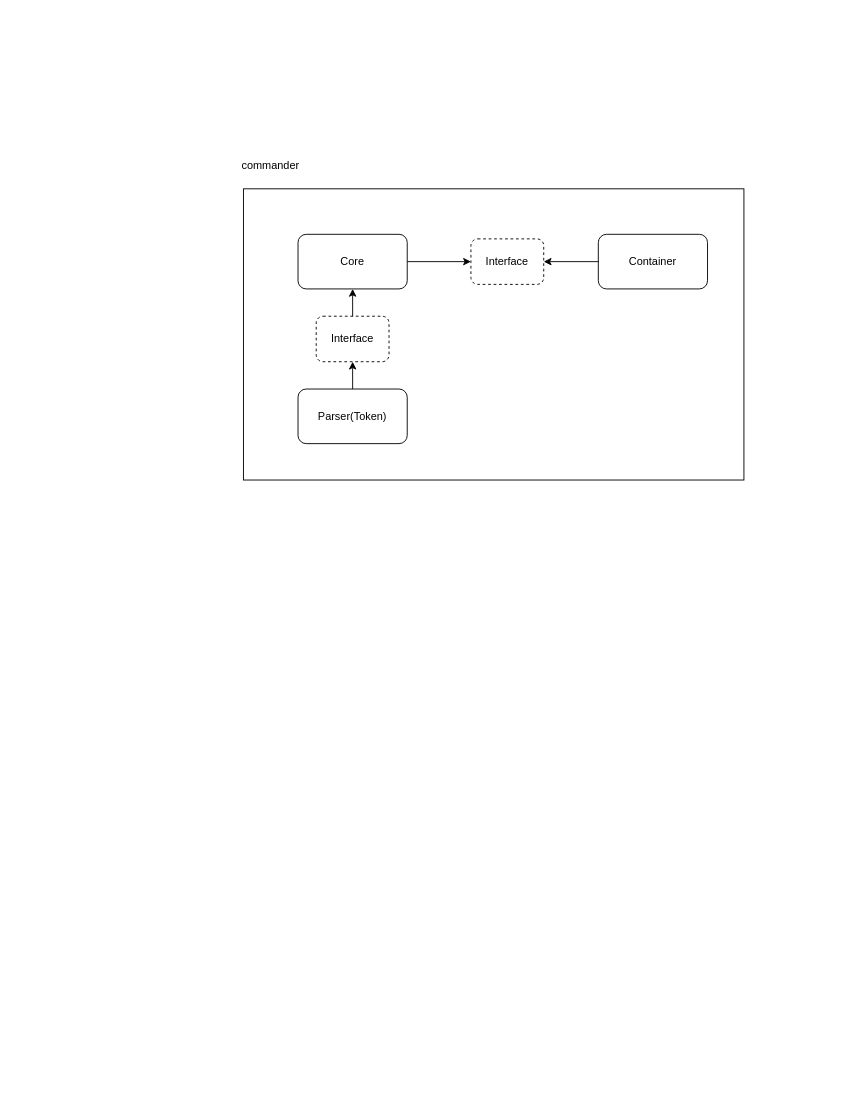
This is doc/overview.drawio from wzwg/mcli, a draw.io file, before an edit. Source tidied: cells renumbered, new cells numbered last; positions are measured from the earlier drawing's top-left corner, leaving out a move shared by most shapes. Both pictures are drawn from the tidied source at 91%, with x=0, y=0 at pixel (243, 152).
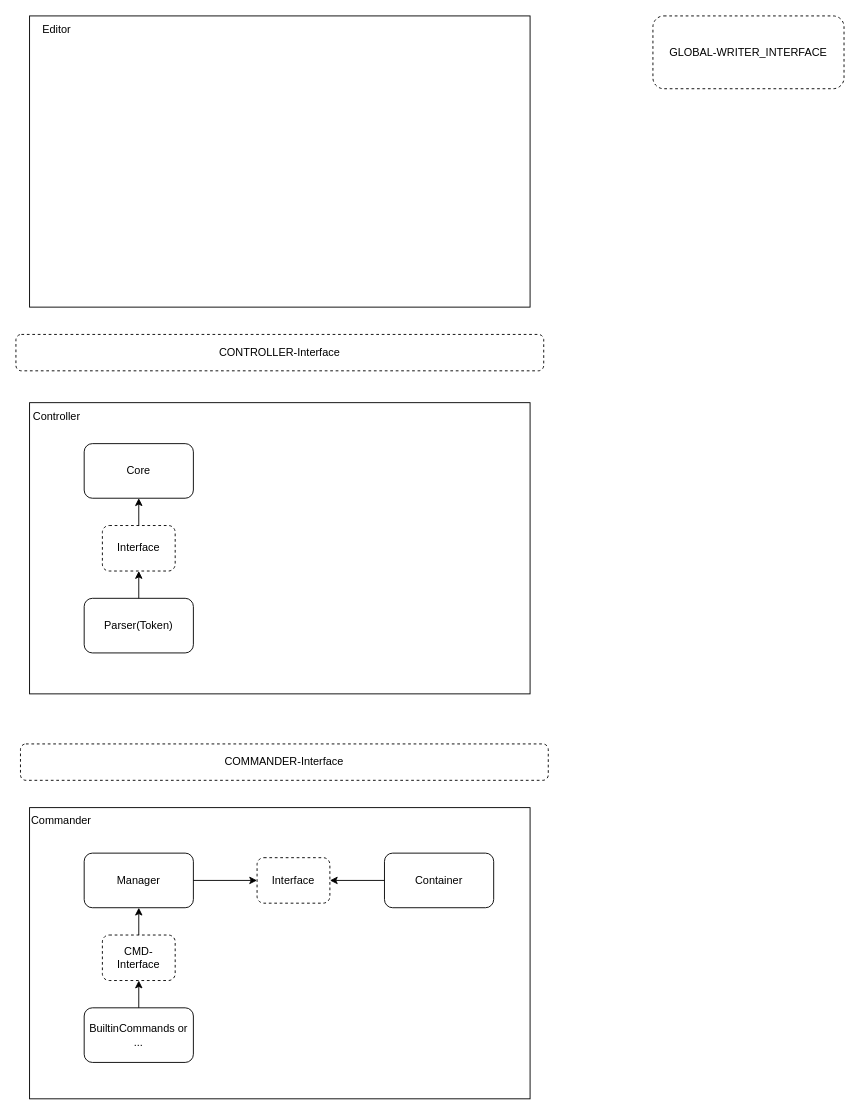
Above is the later version.

Commit message:
improve system doc

What changed in the source:
```diff
@@
-    <mxCell id="2" style="group;" parent="1" vertex="1">
-      <mxGeometry width="550" height="360" as="geometry" />
-    </mxCell>
-    <mxCell id="3" style="rounded=0;whiteSpace=wrap;html=1;" parent="2" vertex="1">
-      <mxGeometry y="40" width="550" height="320" as="geometry" />
-    </mxCell>
-    <mxCell id="4" value="commander" style="text;html=1;strokeColor=none;fillColor=none;align=center;verticalAlign=middle;whiteSpace=wrap;rounded=0;" parent="2" vertex="1">
-      <mxGeometry width="60" height="30" as="geometry" />
-    </mxCell>
+    <mxCell id="14" style="group;" parent="1" vertex="1">
+      <mxGeometry x="-235" y="275" width="550" height="320" as="geometry" />
+    </mxCell>
+    <mxCell id="15" style="rounded=0;whiteSpace=wrap;html=1;" parent="14" vertex="1">
+      <mxGeometry width="550" height="320" as="geometry" />
+    </mxCell>
+    <mxCell id="16" value="Controller" style="text;html=1;strokeColor=none;fillColor=none;align=center;verticalAlign=middle;whiteSpace=wrap;rounded=0;" parent="14" vertex="1">
+      <mxGeometry width="60" height="30" as="geometry" />
+    </mxCell>
-    <mxCell id="5" value="Core" style="rounded=1;whiteSpace=wrap;html=1;" parent="2" vertex="1">
-      <mxGeometry x="60" y="90" width="120" height="60" as="geometry" />
+    <mxCell id="5" value="Core" style="rounded=1;whiteSpace=wrap;html=1;" parent="1" vertex="1">
+      <mxGeometry x="-175" y="320" width="120" height="60" as="geometry" />
     </mxCell>
+    <mxCell id="7" value="Parser(Token)" style="rounded=1;whiteSpace=wrap;html=1;" parent="1" vertex="1">
+      <mxGeometry x="-175" y="490" width="120" height="60" as="geometry" />
+    </mxCell>
+    <mxCell id="17" value="Interface" style="rounded=1;whiteSpace=wrap;html=1;dashed=1;rotation=0;" parent="1" vertex="1">
+      <mxGeometry x="-155" y="410" width="80" height="50" as="geometry" />
+    </mxCell>
+    <mxCell id="18" style="endArrow=classic;html=1;entryX=0.5;entryY=1;entryDx=0;entryDy=0;exitX=0.5;exitY=0;exitDx=0;exitDy=0;" parent="1" edge="1" source="17" target="5">
+      <mxGeometry relative="1" as="geometry" />
+    </mxCell>
+    <mxCell id="19" style="endArrow=classic;html=1;exitX=0.5;exitY=0;exitDx=0;exitDy=0;entryX=0.5;entryY=1;entryDx=0;entryDy=0;" parent="1" edge="1" source="7" target="17">
+      <mxGeometry relative="1" as="geometry" />
+    </mxCell>
+    <mxCell id="20" value="COMMANDER-Interface" style="rounded=1;whiteSpace=wrap;html=1;dashed=1;rotation=0;" parent="1" vertex="1">
+      <mxGeometry x="-245" y="650" width="580" height="40" as="geometry" />
+    </mxCell>
+    <mxCell id="21" value="CONTROLLER-Interface" style="rounded=1;whiteSpace=wrap;html=1;dashed=1;rotation=0;" parent="1" vertex="1">
+      <mxGeometry x="-250" y="200" width="580" height="40" as="geometry" />
+    </mxCell>
+    <mxCell id="22" value="GLOBAL-WRITER_INTERFACE" style="rounded=1;whiteSpace=wrap;html=1;dashed=1;rotation=0;" parent="1" vertex="1">
+      <mxGeometry x="450" y="-150" width="210" height="80" as="geometry" />
+    </mxCell>
+    <mxCell id="23" style="group;" parent="1" vertex="1">
+      <mxGeometry x="-235" y="-150" width="550" height="320" as="geometry" />
+    </mxCell>
+    <mxCell id="24" style="rounded=0;whiteSpace=wrap;html=1;" parent="23" vertex="1">
+      <mxGeometry width="550" height="320" as="geometry" />
+    </mxCell>
+    <mxCell id="25" value="Editor" style="text;html=1;strokeColor=none;fillColor=none;align=center;verticalAlign=middle;whiteSpace=wrap;rounded=0;" parent="23" vertex="1">
+      <mxGeometry width="60" height="30" as="geometry" />
+    </mxCell>
+    <mxCell id="26" style="group;" parent="1" vertex="1">
+      <mxGeometry x="-235" y="720" width="550" height="320" as="geometry" />
+    </mxCell>
+    <mxCell id="27" style="rounded=0;whiteSpace=wrap;html=1;" parent="26" vertex="1">
+      <mxGeometry width="550" height="320" as="geometry" />
+    </mxCell>
+    <mxCell id="28" value="Commander" style="text;html=1;strokeColor=none;fillColor=none;align=center;verticalAlign=middle;whiteSpace=wrap;rounded=0;" parent="26" vertex="1">
+      <mxGeometry width="70" height="30" as="geometry" />
+    </mxCell>
+    <mxCell id="29" value="Manager" style="rounded=1;whiteSpace=wrap;html=1;" parent="26" vertex="1">
+      <mxGeometry x="60" y="50" width="120" height="60" as="geometry" />
+    </mxCell>
-    <mxCell id="6" value="Container" style="rounded=1;whiteSpace=wrap;html=1;" parent="2" vertex="1">
-      <mxGeometry x="390" y="90" width="120" height="60" as="geometry" />
+    <mxCell id="6" value="Container" style="rounded=1;whiteSpace=wrap;html=1;" parent="26" vertex="1">
+      <mxGeometry x="390" y="50" width="120" height="60" as="geometry" />
     </mxCell>
-    <mxCell id="7" value="Parser(Token)" style="rounded=1;whiteSpace=wrap;html=1;" parent="2" vertex="1">
-      <mxGeometry x="60" y="260" width="120" height="60" as="geometry" />
-    </mxCell>
-    <mxCell id="8" value="Interface" style="rounded=1;whiteSpace=wrap;html=1;dashed=1;rotation=0;" parent="2" vertex="1">
-      <mxGeometry x="250" y="95" width="80" height="50" as="geometry" />
-    </mxCell>
-    <mxCell id="9" value="Interface" style="rounded=1;whiteSpace=wrap;html=1;dashed=1;rotation=0;" parent="2" vertex="1">
-      <mxGeometry x="80" y="180" width="80" height="50" as="geometry" />
-    </mxCell>
-    <mxCell id="10" style="endArrow=classic;html=1;entryX=0;entryY=0.5;entryDx=0;entryDy=0;exitX=1;exitY=0.5;exitDx=0;exitDy=0;" parent="2" edge="1" source="5" target="8">
-      <mxGeometry relative="1" as="geometry" />
-    </mxCell>
-    <mxCell id="11" style="endArrow=classic;html=1;entryX=1;entryY=0.5;entryDx=0;entryDy=0;exitX=0;exitY=0.5;exitDx=0;exitDy=0;" parent="2" edge="1" source="6" target="8">
-      <mxGeometry relative="1" as="geometry" />
-    </mxCell>
-    <mxCell id="12" style="endArrow=classic;html=1;entryX=0.5;entryY=1;entryDx=0;entryDy=0;exitX=0.5;exitY=0;exitDx=0;exitDy=0;" parent="2" edge="1" source="9" target="5">
-      <mxGeometry relative="1" as="geometry" />
-    </mxCell>
-    <mxCell id="13" style="endArrow=classic;html=1;exitX=0.5;exitY=0;exitDx=0;exitDy=0;entryX=0.5;entryY=1;entryDx=0;entryDy=0;" parent="2" edge="1" source="7" target="9">
-      <mxGeometry relative="1" as="geometry" />
-    </mxCell>
+    <mxCell id="30" value="BuiltinCommands or ..." style="rounded=1;whiteSpace=wrap;html=1;" parent="26" vertex="1">
+      <mxGeometry x="60" y="220" width="120" height="60" as="geometry" />
+    </mxCell>
+    <mxCell id="31" value="Interface" style="rounded=1;whiteSpace=wrap;html=1;dashed=1;rotation=0;" parent="26" vertex="1">
+      <mxGeometry x="250" y="55" width="80" height="50" as="geometry" />
+    </mxCell>
+    <mxCell id="32" value="CMD-Interface" style="rounded=1;whiteSpace=wrap;html=1;dashed=1;rotation=0;" parent="26" vertex="1">
+      <mxGeometry x="80" y="140" width="80" height="50" as="geometry" />
+    </mxCell>
+    <mxCell id="33" style="endArrow=classic;html=1;entryX=0;entryY=0.5;entryDx=0;entryDy=0;exitX=1;exitY=0.5;exitDx=0;exitDy=0;" parent="26" edge="1" source="29" target="31">
+      <mxGeometry relative="1" as="geometry" />
+    </mxCell>
+    <mxCell id="34" style="endArrow=classic;html=1;entryX=1;entryY=0.5;entryDx=0;entryDy=0;exitX=0;exitY=0.5;exitDx=0;exitDy=0;" parent="26" edge="1" source="6" target="31">
+      <mxGeometry relative="1" as="geometry" />
+    </mxCell>
+    <mxCell id="35" style="endArrow=classic;html=1;entryX=0.5;entryY=1;entryDx=0;entryDy=0;exitX=0.5;exitY=0;exitDx=0;exitDy=0;" parent="26" edge="1" source="32" target="29">
+      <mxGeometry relative="1" as="geometry" />
+    </mxCell>
+    <mxCell id="36" style="endArrow=classic;html=1;exitX=0.5;exitY=0;exitDx=0;exitDy=0;entryX=0.5;entryY=1;entryDx=0;entryDy=0;" parent="26" edge="1" source="30" target="32">
+      <mxGeometry relative="1" as="geometry" />
+    </mxCell>
```
